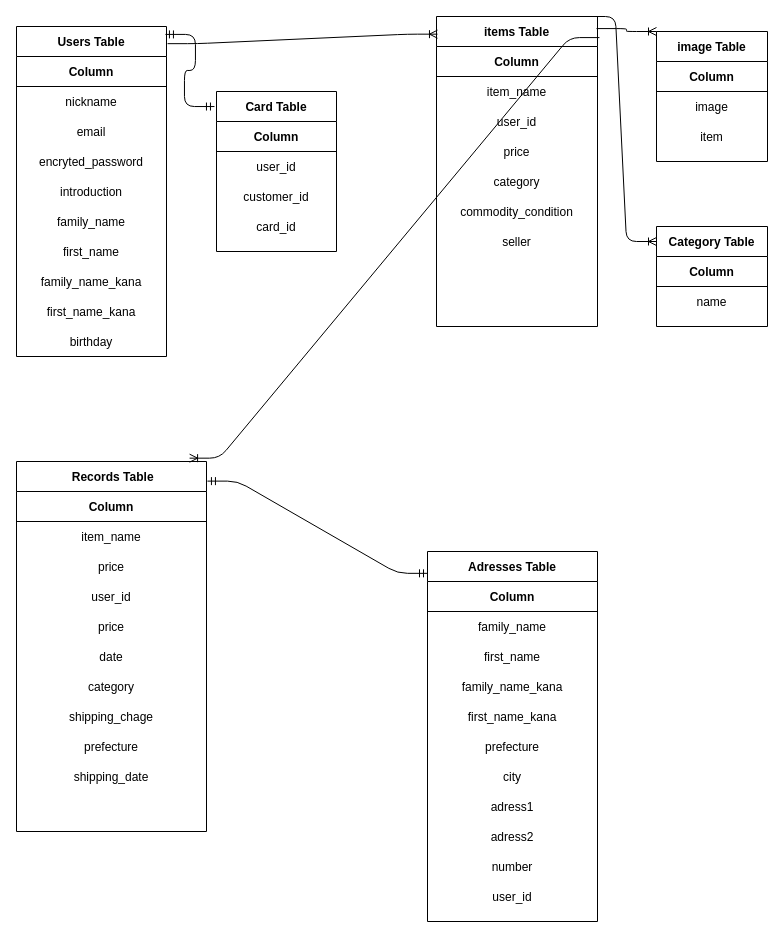
kurokuro325/furima-38387 keeps this draw.io diagram as page "ページ1" (1 of 2) of er.dio. Above is the earlier version. Source tidied: cells renumbered, new cells numbered last; positions are measured from the earlier drawing's top-left corner, leaving out a move shared by most shapes. Both pictures are drawn from the tidied source at 100%, with x=0, y=0 at pixel (16, 16).
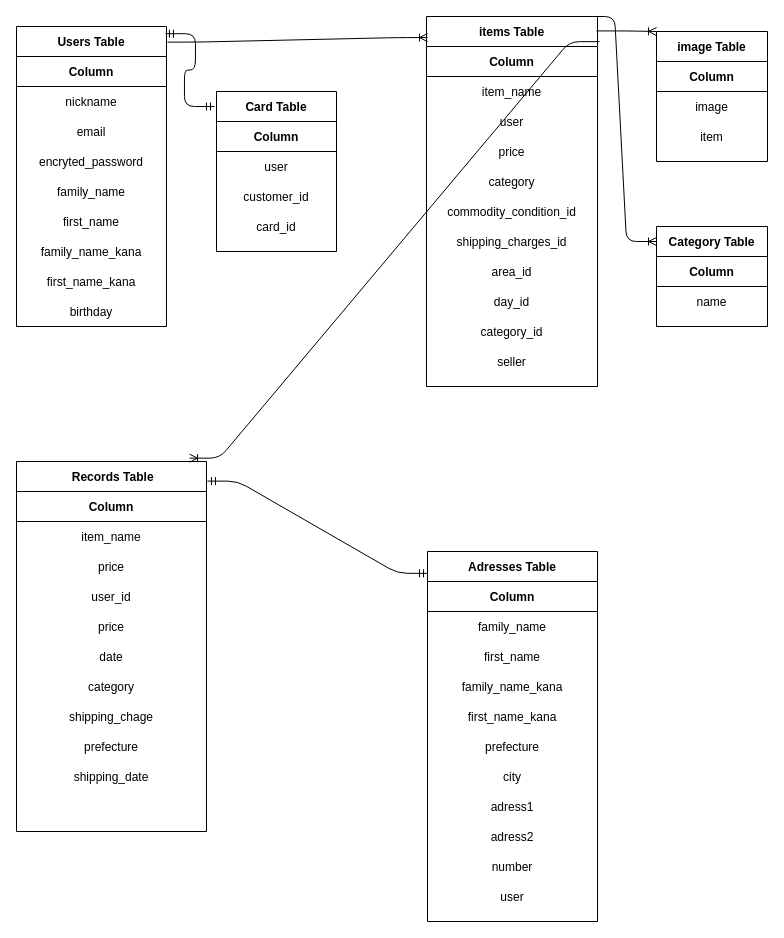
The same page after the edit.

Commit message (it also covers changes not shown here):
データベース設計の修正2

Unchanged cells that the change refers to:
```xml
<mxCell id="86" style="shape=partialRectangle;fillColor=none;top=0;left=0;bottom=0;right=0;labelBorderColor=none;" parent="65" vertex="1">
  <mxGeometry y="330" width="170" height="30" as="geometry" />
</mxCell>
<mxCell id="94" style="shape=partialRectangle;fillColor=none;top=0;left=0;bottom=0;right=0;labelBorderColor=none;" parent="91" vertex="1">
  <mxGeometry y="60" width="120" height="30" as="geometry" />
</mxCell>
```

Change to the diagram source:
```diff
@@
     <mxCell id="2" value="Users Table" style="shape=table;startSize=30;childLayout=tableLayout;rowLines=0;fontStyle=1;align=center;labelBorderColor=none;" parent="1" vertex="1">
-      <mxGeometry y="10" width="150" height="330" as="geometry" />
+      <mxGeometry y="10" width="150" height="300" as="geometry" />
     </mxCell>
@@
-    <mxCell id="11" style="shape=partialRectangle;fillColor=none;top=0;left=0;bottom=0;right=0;labelBorderColor=none;" parent="2" vertex="1">
-      <mxGeometry y="150" width="150" height="30" as="geometry" />
-    </mxCell>
-    <mxCell id="12" value="introduction" style="shape=partialRectangle;fillColor=none;top=0;left=0;bottom=0;right=0;overflow=hidden;labelBorderColor=none;" parent="11" vertex="1">
-      <mxGeometry width="150" height="30" as="geometry" />
-    </mxCell>
     <mxCell id="13" style="shape=partialRectangle;fillColor=none;top=0;left=0;bottom=0;right=0;labelBorderColor=none;" parent="2" vertex="1">
-      <mxGeometry y="180" width="150" height="30" as="geometry" />
+      <mxGeometry y="150" width="150" height="30" as="geometry" />
     </mxCell>
@@
     <mxCell id="15" style="shape=partialRectangle;fillColor=none;top=0;left=0;bottom=0;right=0;labelBorderColor=none;" parent="2" vertex="1">
-      <mxGeometry y="210" width="150" height="30" as="geometry" />
+      <mxGeometry y="180" width="150" height="30" as="geometry" />
     </mxCell>
@@
     <mxCell id="17" style="shape=partialRectangle;fillColor=none;top=0;left=0;bottom=0;right=0;labelBorderColor=none;" parent="2" vertex="1">
-      <mxGeometry y="240" width="150" height="30" as="geometry" />
+      <mxGeometry y="210" width="150" height="30" as="geometry" />
     </mxCell>
@@
     <mxCell id="19" style="shape=partialRectangle;fillColor=none;top=0;left=0;bottom=0;right=0;labelBorderColor=none;" parent="2" vertex="1">
-      <mxGeometry y="270" width="150" height="30" as="geometry" />
+      <mxGeometry y="240" width="150" height="30" as="geometry" />
     </mxCell>
@@
     <mxCell id="21" style="shape=partialRectangle;fillColor=none;top=0;left=0;bottom=0;right=0;labelBorderColor=none;" parent="2" vertex="1">
-      <mxGeometry y="300" width="150" height="30" as="geometry" />
+      <mxGeometry y="270" width="150" height="30" as="geometry" />
     </mxCell>
@@
     <mxCell id="23" value="items Table" style="shape=table;startSize=30;childLayout=tableLayout;rowLines=0;fontStyle=1;align=center;labelBorderColor=none;" parent="1" vertex="1">
-      <mxGeometry x="420" width="161" height="310" as="geometry" />
+      <mxGeometry x="410" width="171" height="370" as="geometry" />
     </mxCell>
     <mxCell id="24" style="shape=partialRectangle;fillColor=none;top=0;left=0;bottom=1;right=0;labelBorderColor=none;" parent="23" vertex="1">
-      <mxGeometry y="30" width="161" height="30" as="geometry" />
+      <mxGeometry y="30" width="171" height="30" as="geometry" />
     </mxCell>
     <mxCell id="25" value="Column" style="shape=partialRectangle;fillColor=none;top=0;left=0;bottom=0;right=0;fontStyle=1;overflow=hidden;labelBorderColor=none;" parent="24" vertex="1">
-      <mxGeometry width="161" height="30" as="geometry" />
+      <mxGeometry width="171" height="30" as="geometry" />
     </mxCell>
     <mxCell id="26" style="shape=partialRectangle;fillColor=none;top=0;left=0;bottom=0;right=0;labelBorderColor=none;" parent="23" vertex="1">
-      <mxGeometry y="60" width="161" height="30" as="geometry" />
+      <mxGeometry y="60" width="171" height="30" as="geometry" />
     </mxCell>
     <mxCell id="27" value="item_name" style="shape=partialRectangle;fillColor=none;top=0;left=0;bottom=0;right=0;overflow=hidden;labelBorderColor=none;" parent="26" vertex="1">
-      <mxGeometry width="161" height="30" as="geometry" />
+      <mxGeometry width="171" height="30" as="geometry" />
     </mxCell>
     <mxCell id="28" style="shape=partialRectangle;fillColor=none;top=0;left=0;bottom=0;right=0;labelBorderColor=none;" parent="23" vertex="1">
-      <mxGeometry y="90" width="161" height="30" as="geometry" />
+      <mxGeometry y="90" width="171" height="30" as="geometry" />
     </mxCell>
-    <mxCell id="29" value="user_id" style="shape=partialRectangle;fillColor=none;top=0;left=0;bottom=0;right=0;overflow=hidden;labelBorderColor=none;" parent="28" vertex="1">
-      <mxGeometry width="161" height="30" as="geometry" />
+    <mxCell id="29" value="user" style="shape=partialRectangle;fillColor=none;top=0;left=0;bottom=0;right=0;overflow=hidden;labelBorderColor=none;" parent="28" vertex="1">
+      <mxGeometry width="171" height="30" as="geometry" />
     </mxCell>
     <mxCell id="30" style="shape=partialRectangle;fillColor=none;top=0;left=0;bottom=0;right=0;labelBorderColor=none;" parent="23" vertex="1">
-      <mxGeometry y="120" width="161" height="30" as="geometry" />
+      <mxGeometry y="120" width="171" height="30" as="geometry" />
     </mxCell>
     <mxCell id="31" value="price" style="shape=partialRectangle;fillColor=none;top=0;left=0;bottom=0;right=0;overflow=hidden;labelBorderColor=none;" parent="30" vertex="1">
-      <mxGeometry width="161" height="30" as="geometry" />
+      <mxGeometry width="171" height="30" as="geometry" />
     </mxCell>
     <mxCell id="32" style="shape=partialRectangle;fillColor=none;top=0;left=0;bottom=0;right=0;labelBorderColor=none;" parent="23" vertex="1">
-      <mxGeometry y="150" width="161" height="30" as="geometry" />
+      <mxGeometry y="150" width="171" height="30" as="geometry" />
     </mxCell>
     <mxCell id="33" value="category" style="shape=partialRectangle;fillColor=none;top=0;left=0;bottom=0;right=0;overflow=hidden;labelBorderColor=none;" parent="32" vertex="1">
-      <mxGeometry width="161" height="30" as="geometry" />
+      <mxGeometry width="171" height="30" as="geometry" />
     </mxCell>
     <mxCell id="34" style="shape=partialRectangle;fillColor=none;top=0;left=0;bottom=0;right=0;labelBorderColor=none;" parent="23" vertex="1">
-      <mxGeometry y="180" width="161" height="30" as="geometry" />
+      <mxGeometry y="180" width="171" height="30" as="geometry" />
     </mxCell>
-    <mxCell id="35" value="commodity_condition" style="shape=partialRectangle;fillColor=none;top=0;left=0;bottom=0;right=0;overflow=hidden;labelBorderColor=none;" parent="34" vertex="1">
-      <mxGeometry width="161" height="30" as="geometry" />
+    <mxCell id="35" value="commodity_condition_id" style="shape=partialRectangle;fillColor=none;top=0;left=0;bottom=0;right=0;overflow=hidden;labelBorderColor=none;" parent="34" vertex="1">
+      <mxGeometry width="171" height="30" as="geometry" />
     </mxCell>
-    <mxCell id="36" style="shape=partialRectangle;fillColor=none;top=0;left=0;bottom=0;right=0;labelBorderColor=none;" parent="23" vertex="1">
-      <mxGeometry y="210" width="161" height="30" as="geometry" />
-    </mxCell>
-    <mxCell id="37" value="seller" style="shape=partialRectangle;fillColor=none;top=0;left=0;bottom=0;right=0;overflow=hidden;labelBorderColor=none;" parent="36" vertex="1">
-      <mxGeometry width="161" height="30" as="geometry" />
-    </mxCell>
+    <mxCell id="115" style="shape=partialRectangle;fillColor=none;top=0;left=0;bottom=0;right=0;labelBorderColor=none;" parent="23" vertex="1">
+      <mxGeometry y="210" width="171" height="30" as="geometry" />
+    </mxCell>
+    <mxCell id="116" value="shipping_charges_id" style="shape=partialRectangle;fillColor=none;top=0;left=0;bottom=0;right=0;overflow=hidden;labelBorderColor=none;" parent="115" vertex="1">
+      <mxGeometry width="171" height="30" as="geometry" />
+    </mxCell>
     <mxCell id="38" style="shape=partialRectangle;fillColor=none;top=0;left=0;bottom=0;right=0;labelBorderColor=none;" parent="23" vertex="1">
-      <mxGeometry y="240" width="161" height="30" as="geometry" />
+      <mxGeometry y="240" width="171" height="30" as="geometry" />
     </mxCell>
-    <mxCell id="39" style="shape=partialRectangle;fillColor=none;top=0;left=0;bottom=0;right=0;overflow=hidden;labelBorderColor=none;" parent="38" vertex="1">
-      <mxGeometry width="161" height="30" as="geometry" />
+    <mxCell id="39" value="area_id" style="shape=partialRectangle;fillColor=none;top=0;left=0;bottom=0;right=0;overflow=hidden;labelBorderColor=none;" parent="38" vertex="1">
+      <mxGeometry width="171" height="30" as="geometry" />
     </mxCell>
     <mxCell id="40" style="shape=partialRectangle;fillColor=none;top=0;left=0;bottom=0;right=0;labelBorderColor=none;" parent="23" vertex="1">
-      <mxGeometry y="270" width="161" height="30" as="geometry" />
+      <mxGeometry y="270" width="171" height="30" as="geometry" />
     </mxCell>
-    <mxCell id="41" style="shape=partialRectangle;fillColor=none;top=0;left=0;bottom=0;right=0;overflow=hidden;labelBorderColor=none;" parent="40" vertex="1">
-      <mxGeometry width="161" height="30" as="geometry" />
+    <mxCell id="41" value="day_id" style="shape=partialRectangle;fillColor=none;top=0;left=0;bottom=0;right=0;overflow=hidden;labelBorderColor=none;" parent="40" vertex="1">
+      <mxGeometry width="171" height="30" as="geometry" />
     </mxCell>
+    <mxCell id="117" style="shape=partialRectangle;fillColor=none;top=0;left=0;bottom=0;right=0;labelBorderColor=none;" parent="23" vertex="1">
+      <mxGeometry y="300" width="171" height="30" as="geometry" />
+    </mxCell>
+    <mxCell id="118" value="category_id" style="shape=partialRectangle;fillColor=none;top=0;left=0;bottom=0;right=0;overflow=hidden;labelBorderColor=none;" parent="117" vertex="1">
+      <mxGeometry width="171" height="30" as="geometry" />
+    </mxCell>
+    <mxCell id="119" style="shape=partialRectangle;fillColor=none;top=0;left=0;bottom=0;right=0;labelBorderColor=none;" parent="23" vertex="1">
+      <mxGeometry y="330" width="171" height="30" as="geometry" />
+    </mxCell>
+    <mxCell id="37" value="seller" style="shape=partialRectangle;fillColor=none;top=0;left=0;bottom=0;right=0;overflow=hidden;labelBorderColor=none;" parent="119" vertex="1">
+      <mxGeometry width="171" height="30" as="geometry" />
+    </mxCell>
@@
-    <mxCell id="87" value="user_id" style="shape=partialRectangle;fillColor=none;top=0;left=0;bottom=0;right=0;overflow=hidden;labelBorderColor=none;" parent="86" vertex="1">
+    <mxCell id="87" value="user" style="shape=partialRectangle;fillColor=none;top=0;left=0;bottom=0;right=0;overflow=hidden;labelBorderColor=none;" parent="86" vertex="1">
       <mxGeometry width="170" height="30" as="geometry" />
     </mxCell>
@@
-    <mxCell id="95" value="user_id" style="shape=partialRectangle;fillColor=none;top=0;left=0;bottom=0;right=0;overflow=hidden;labelBorderColor=none;" parent="94" vertex="1">
+    <mxCell id="95" value="user" style="shape=partialRectangle;fillColor=none;top=0;left=0;bottom=0;right=0;overflow=hidden;labelBorderColor=none;" parent="94" vertex="1">
       <mxGeometry width="120" height="30" as="geometry" />
     </mxCell>
```
